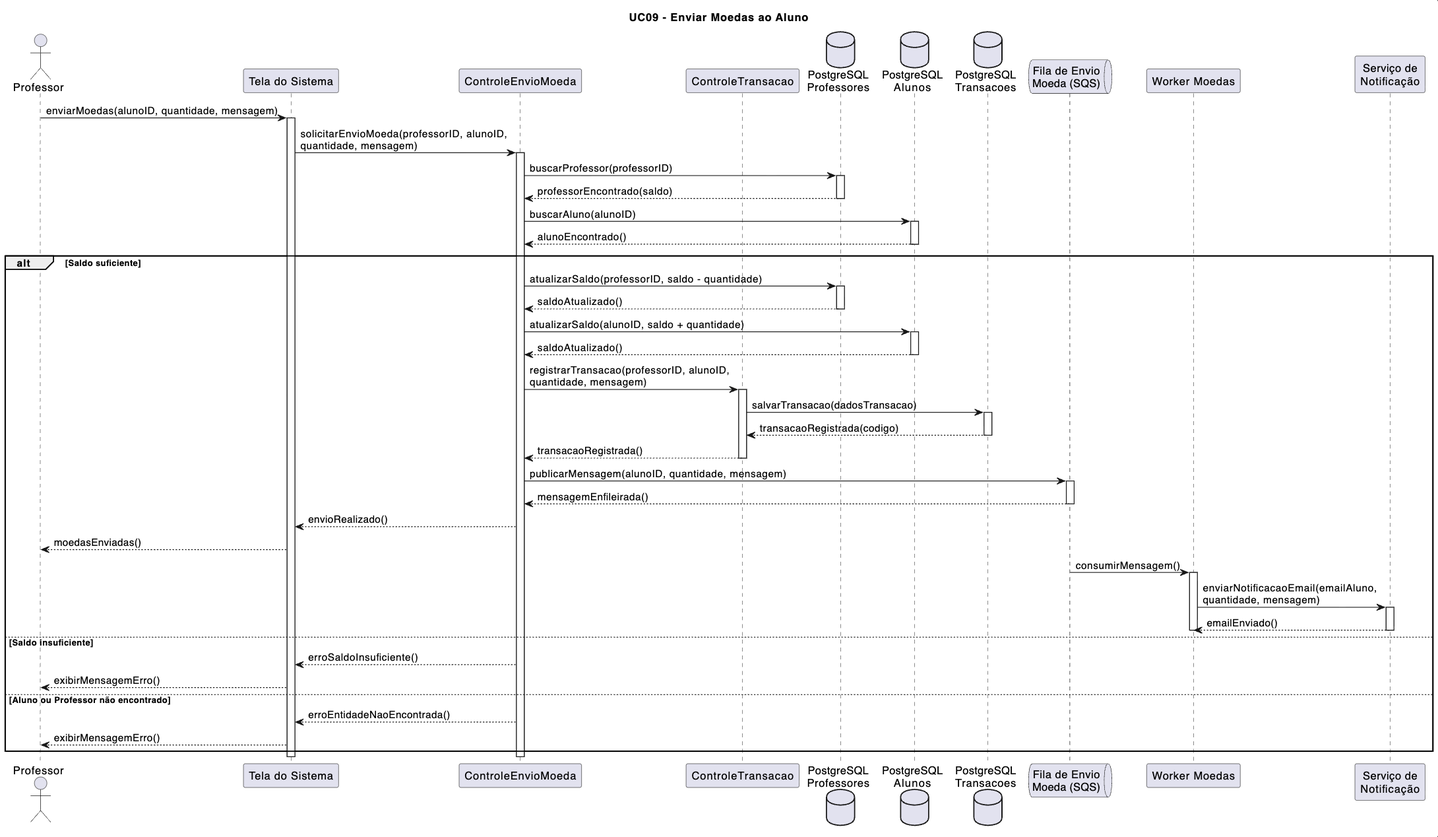
Above: docs/diagrams/sequence-diagram/images/uc-09.png in arturbomtempo-dev/lumen-coin (PlantUML), before the change. Its source is kept beside it as docs/diagrams/sequence-diagram/source/uc-09.puml.
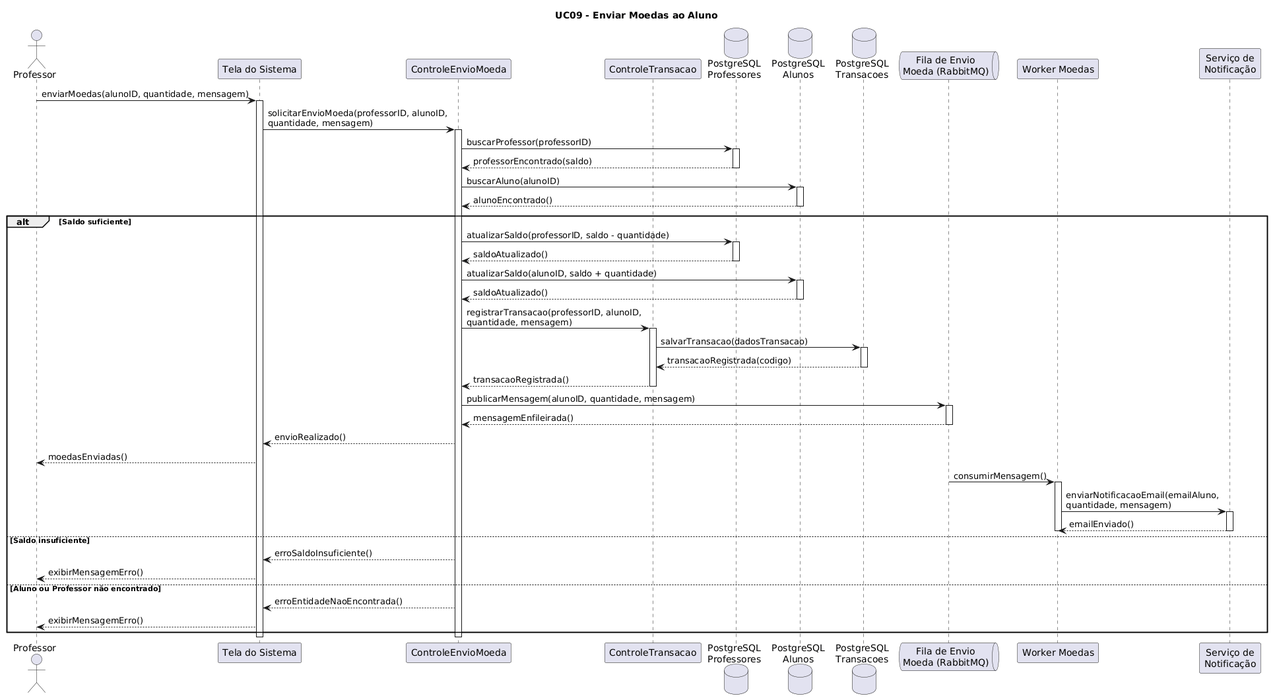
The same diagram one commit later.

The edit, as a diff of the source:
```diff
@@ -7,7 +7,7 @@
 database "PostgreSQL\nProfessores" as DBProfessor
 database "PostgreSQL\nAlunos" as DBAluno
 database "PostgreSQL\nTransacoes" as DBTransacao
-queue "Fila de Envio\nMoeda (SQS)" as SQS
+queue "Fila de Envio\nMoeda (RabbitMQ)" as MQ
 participant "Worker Moedas" as WM
 participant "Serviço de\nNotificação" as SN
 
@@ -47,15 +47,15 @@
     CT --> CEM : transacaoRegistrada()
     deactivate CT
 
-    CEM -> SQS : publicarMensagem(alunoID, quantidade, mensagem)
-    activate SQS
-    SQS --> CEM : mensagemEnfileirada()
-    deactivate SQS
+    CEM -> MQ : publicarMensagem(alunoID, quantidade, mensagem)
+    activate MQ
+    MQ --> CEM : mensagemEnfileirada()
+    deactivate MQ
 
     CEM --> Tela : envioRealizado()
     Tela --> P : moedasEnviadas()
 
-    SQS -> WM : consumirMensagem()
+    MQ -> WM : consumirMensagem()
     activate WM
     WM -> SN : enviarNotificacaoEmail(emailAluno,\nquantidade, mensagem)
     activate SN
```
